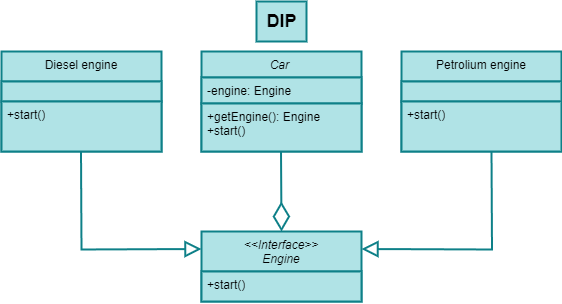
The draw.io diagram hw03/DIP/DIP.png in PavelVolchenko/SoftwareArchitecture, before a commit. Source tidied: cells renumbered, new cells last; positions are measured from the earlier drawing's top-left corner, leaving out a move shared by most shapes.
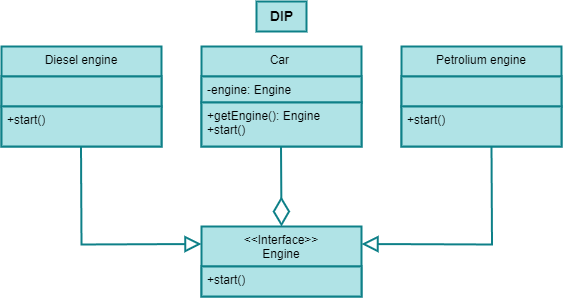
The same file after the commit.

Change to the diagram source:
```diff
@@ -2,16 +2,16 @@
   <root>
     <mxCell id="0" />
     <mxCell id="1" parent="0" />
-    <mxCell id="2" value="Car&amp;nbsp;&lt;br&gt;&lt;br&gt;" style="swimlane;fontStyle=2;align=center;verticalAlign=top;horizontal=1;startSize=26;rounded=0;shadow=0;strokeWidth=2;labelBackgroundColor=none;labelBorderColor=none;swimlaneLine=1;fixDash=0;backgroundOutline=0;enumerate=0;comic=0;whiteSpace=wrap;html=1;fillColor=#b0e3e6;strokeColor=#0e8088;" parent="1" vertex="1">
+    <mxCell id="2" value="&lt;span style=&quot;font-style: normal;&quot;&gt;Car&amp;nbsp;&lt;br&gt;&lt;/span&gt;" style="swimlane;fontStyle=2;align=center;verticalAlign=top;horizontal=1;startSize=30;rounded=0;shadow=0;strokeWidth=2;labelBackgroundColor=none;labelBorderColor=none;swimlaneLine=1;fixDash=0;backgroundOutline=0;enumerate=0;comic=0;whiteSpace=wrap;html=1;fillColor=#b0e3e6;strokeColor=#0e8088;" parent="1" vertex="1">
       <mxGeometry x="200" y="50" width="160" height="100" as="geometry" />
     </mxCell>
     <mxCell id="3" value="-engine: Engine&lt;br&gt;" style="text;align=left;verticalAlign=top;spacingLeft=4;spacingRight=4;overflow=hidden;labelBackgroundColor=none;labelBorderColor=none;fontStyle=0;shadow=0;swimlaneLine=1;fixDash=0;backgroundOutline=0;enumerate=0;comic=0;strokeWidth=2;whiteSpace=wrap;html=1;rounded=0;fillColor=#b0e3e6;strokeColor=#0e8088;" parent="2" vertex="1">
-      <mxGeometry y="26" width="160" height="26" as="geometry" />
+      <mxGeometry y="30" width="160" height="26" as="geometry" />
     </mxCell>
     <mxCell id="4" value="+getEngine(): Engine&lt;br&gt;+start()" style="text;align=left;verticalAlign=top;spacingLeft=4;spacingRight=4;overflow=hidden;labelBackgroundColor=none;labelBorderColor=none;fontStyle=0;shadow=0;swimlaneLine=1;fixDash=0;backgroundOutline=0;enumerate=0;comic=0;strokeWidth=2;whiteSpace=wrap;html=1;rounded=0;fillColor=#b0e3e6;strokeColor=#0e8088;" parent="2" vertex="1">
-      <mxGeometry y="52" width="160" height="48" as="geometry" />
+      <mxGeometry y="56" width="160" height="44" as="geometry" />
     </mxCell>
-    <mxCell id="5" value="&amp;lt;&amp;lt;Interface&amp;gt;&amp;gt;&lt;br&gt;Engine" style="swimlane;fontStyle=2;align=center;verticalAlign=top;horizontal=1;startSize=40;rounded=0;shadow=0;strokeWidth=2;labelBackgroundColor=none;labelBorderColor=none;swimlaneLine=1;snapToPoint=0;fixDash=0;backgroundOutline=0;enumerate=0;comic=0;whiteSpace=wrap;html=1;fillColor=#b0e3e6;strokeColor=#0e8088;" parent="1" vertex="1">
+    <mxCell id="5" value="&lt;span style=&quot;font-style: normal;&quot;&gt;&amp;lt;&amp;lt;Interface&amp;gt;&amp;gt;&lt;br&gt;Engine&lt;/span&gt;" style="swimlane;fontStyle=2;align=center;verticalAlign=top;horizontal=1;startSize=40;rounded=0;shadow=0;strokeWidth=2;labelBackgroundColor=none;labelBorderColor=none;swimlaneLine=1;snapToPoint=0;fixDash=0;backgroundOutline=0;enumerate=0;comic=0;whiteSpace=wrap;html=1;fillColor=#b0e3e6;strokeColor=#0e8088;" parent="1" vertex="1">
       <mxGeometry x="200" y="230" width="160" height="70" as="geometry" />
     </mxCell>
     <mxCell id="6" value="+start()" style="text;align=left;verticalAlign=top;spacingLeft=4;spacingRight=4;overflow=hidden;labelBackgroundColor=none;labelBorderColor=none;fontStyle=0;shadow=0;swimlaneLine=1;fixDash=0;backgroundOutline=0;enumerate=0;comic=0;strokeWidth=2;whiteSpace=wrap;html=1;rounded=0;fillColor=#b0e3e6;strokeColor=#0e8088;" parent="5" vertex="1">
@@ -21,22 +21,22 @@
       <mxGeometry x="400" y="50" width="160" height="100" as="geometry" />
     </mxCell>
     <mxCell id="8" value="&amp;nbsp;" style="text;align=left;verticalAlign=top;spacingLeft=4;spacingRight=4;overflow=hidden;labelBackgroundColor=none;labelBorderColor=none;fontStyle=0;shadow=0;swimlaneLine=1;fixDash=0;backgroundOutline=0;enumerate=0;comic=0;strokeWidth=2;whiteSpace=wrap;html=1;rounded=0;fillColor=#b0e3e6;strokeColor=#0e8088;" parent="7" vertex="1">
-      <mxGeometry y="30" width="160" height="20" as="geometry" />
+      <mxGeometry y="30" width="160" height="30" as="geometry" />
     </mxCell>
     <mxCell id="9" value="+start()" style="text;align=left;verticalAlign=top;spacingLeft=4;spacingRight=4;overflow=hidden;labelBackgroundColor=none;labelBorderColor=none;fontStyle=0;shadow=0;swimlaneLine=1;fixDash=0;backgroundOutline=0;enumerate=0;comic=0;strokeWidth=2;whiteSpace=wrap;html=1;rounded=0;fillColor=#b0e3e6;strokeColor=#0e8088;" parent="7" vertex="1">
-      <mxGeometry y="50" width="160" height="50" as="geometry" />
+      <mxGeometry y="60" width="160" height="40" as="geometry" />
     </mxCell>
     <mxCell id="10" value="Diesel engine" style="swimlane;fontStyle=0;align=center;verticalAlign=top;horizontal=1;startSize=30;swimlaneLine=1;swimlaneFillColor=none;rounded=0;glass=0;shadow=0;swimlaneHead=1;swimlaneBody=1;labelBackgroundColor=none;labelBorderColor=none;fixDash=0;backgroundOutline=0;enumerate=0;comic=0;strokeWidth=2;whiteSpace=wrap;html=1;fillColor=#b0e3e6;strokeColor=#0e8088;" parent="1" vertex="1">
       <mxGeometry y="50" width="160" height="100" as="geometry" />
     </mxCell>
     <mxCell id="11" value="&amp;nbsp;" style="text;align=left;verticalAlign=top;spacingLeft=4;spacingRight=4;overflow=hidden;labelBackgroundColor=none;labelBorderColor=none;fontStyle=0;shadow=0;swimlaneLine=1;fixDash=0;backgroundOutline=0;enumerate=0;comic=0;strokeWidth=2;whiteSpace=wrap;html=1;rounded=0;fillColor=#b0e3e6;strokeColor=#0e8088;" parent="10" vertex="1">
-      <mxGeometry y="30" width="160" height="20" as="geometry" />
+      <mxGeometry y="30" width="160" height="30" as="geometry" />
     </mxCell>
     <mxCell id="12" value="+start()" style="text;align=left;verticalAlign=top;spacingLeft=4;spacingRight=4;overflow=hidden;labelBackgroundColor=none;labelBorderColor=none;fontStyle=0;shadow=0;swimlaneLine=1;fixDash=0;backgroundOutline=0;enumerate=0;comic=0;strokeWidth=2;whiteSpace=wrap;html=1;rounded=0;fillColor=#b0e3e6;strokeColor=#0e8088;" parent="10" vertex="1">
-      <mxGeometry y="50" width="160" height="50" as="geometry" />
+      <mxGeometry y="60" width="160" height="40" as="geometry" />
     </mxCell>
-    <mxCell id="13" value="DIP" style="text;align=center;verticalAlign=middle;labelBackgroundColor=none;labelBorderColor=none;fontStyle=1;shadow=0;swimlaneLine=1;fixDash=0;backgroundOutline=0;enumerate=0;comic=0;strokeWidth=2;html=1;fontSize=18;rounded=0;fillColor=#b0e3e6;strokeColor=#0e8088;" parent="1" vertex="1">
-      <mxGeometry x="255" width="50" height="40" as="geometry" />
+    <mxCell id="13" value="DIP" style="text;align=center;verticalAlign=middle;labelBackgroundColor=none;labelBorderColor=none;fontStyle=1;shadow=0;swimlaneLine=1;fixDash=0;backgroundOutline=0;enumerate=0;comic=0;strokeWidth=2;html=1;fontSize=14;rounded=0;fillColor=#b0e3e6;strokeColor=#0e8088;" parent="1" vertex="1">
+      <mxGeometry x="255" y="5" width="50" height="30" as="geometry" />
     </mxCell>
     <mxCell id="14" style="endArrow=block;endFill=0;endSize=12;rounded=0;entryX=0;entryY=0.25;entryDx=0;entryDy=0;fontColor=default;labelBackgroundColor=none;labelBorderColor=none;fontStyle=0;shadow=0;swimlaneLine=1;snapToPoint=0;fixDash=0;backgroundOutline=0;enumerate=0;comic=0;strokeWidth=2;html=1;fillColor=#b0e3e6;strokeColor=#0e8088;" parent="1" edge="1" target="5">
       <mxGeometry relative="1" as="geometry">
```
